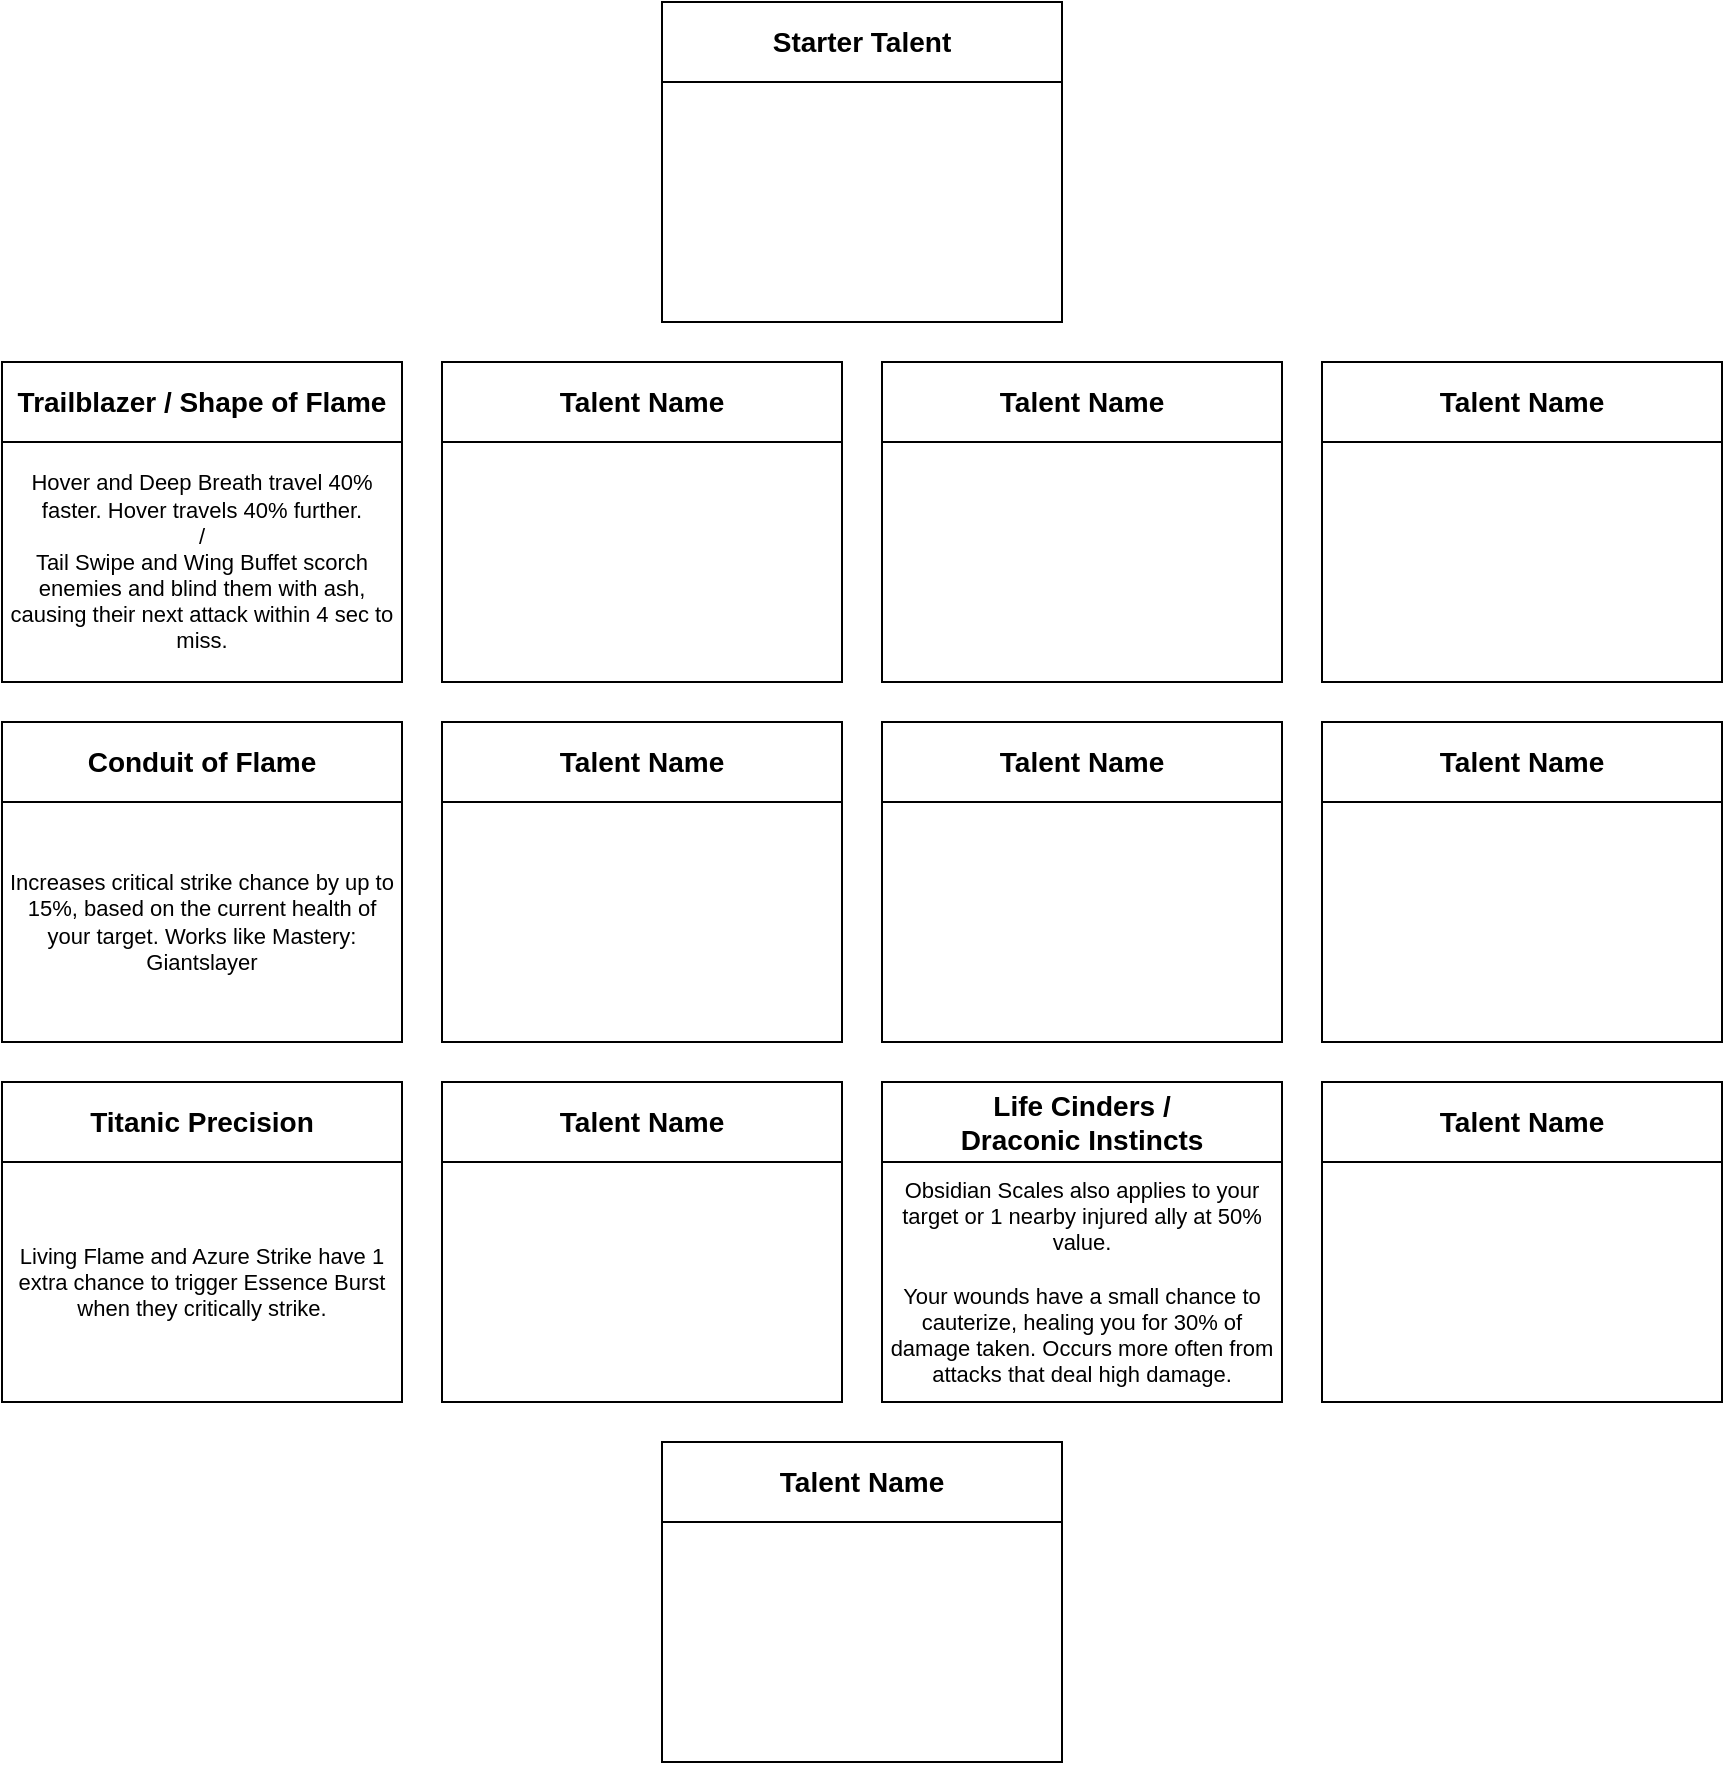
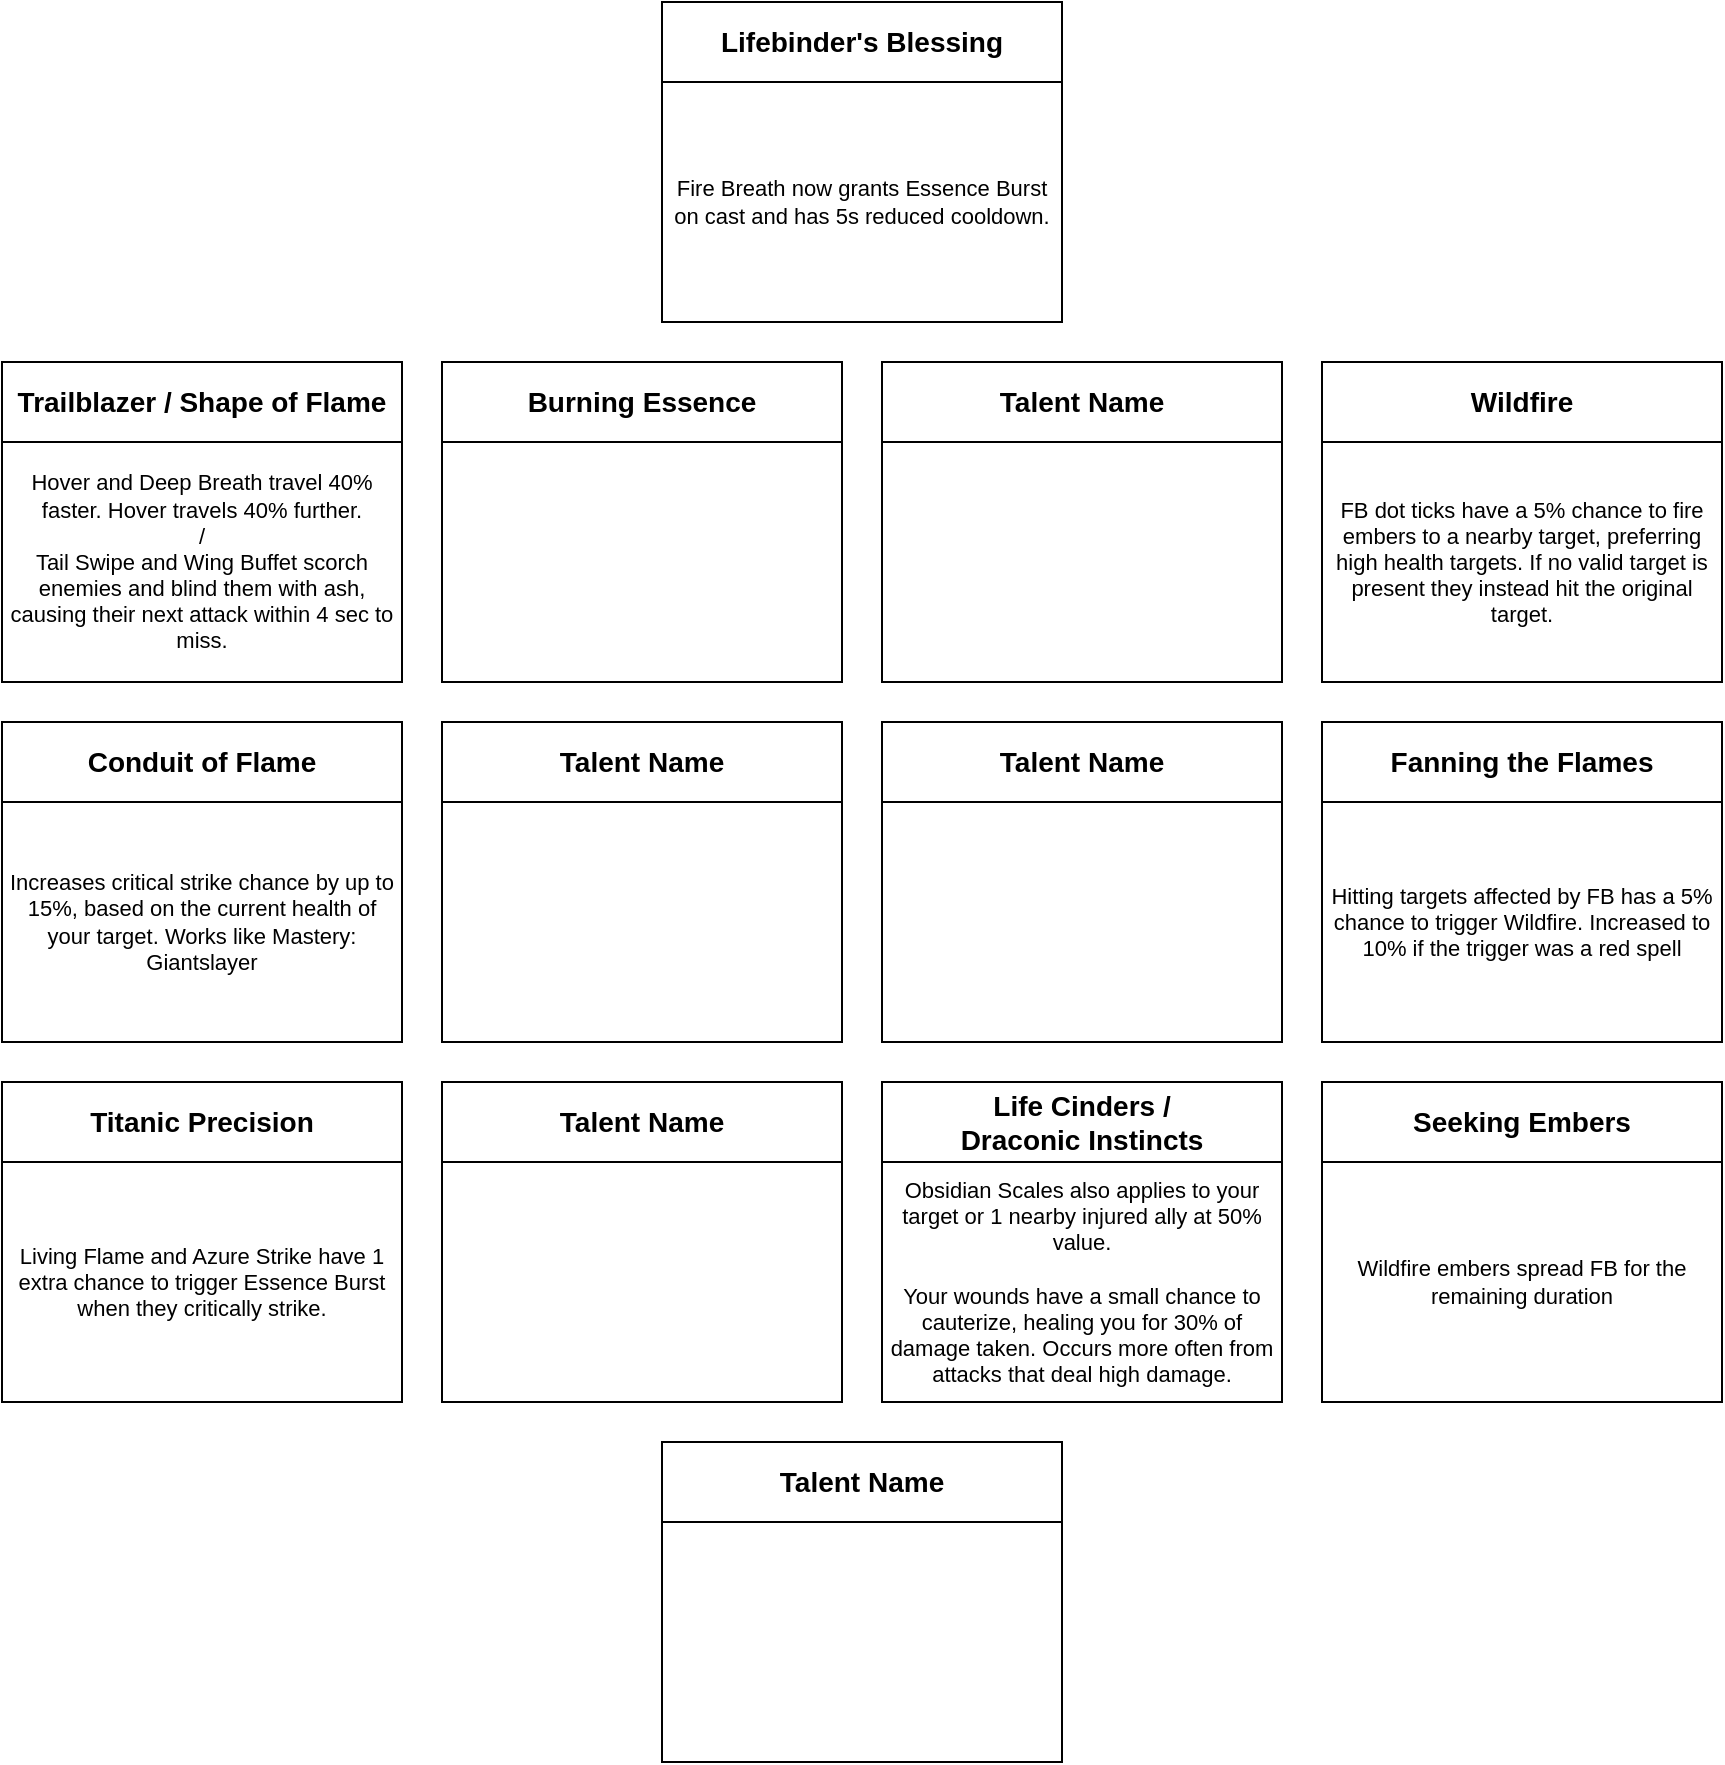
<mxfile host="app.diagrams.net" agent="Mozilla/5.0 (Windows NT 10.0; Win64; x64) AppleWebKit/537.36 (KHTML, like Gecko) Chrome/147.0.0.0 Safari/537.36 OPR/131.0.0.0" version="29.6.3">
  <diagram name="Page-1" id="7-C3C0MTsYJN3mklHAE3">
    <mxGraphModel dx="1628" dy="898" grid="1" gridSize="10" guides="1" tooltips="1" connect="1" arrows="1" fold="1" page="1" pageScale="1" pageWidth="850" pageHeight="1100" math="0" shadow="0">
      <root>
        <mxCell id="0" />
        <mxCell id="1" parent="0" />
-         <mxCell id="CbpXHZAzieputpjHQbmu-1" parent="1" style="rounded=0;whiteSpace=wrap;html=1;fontColor=light-dark(#000000,#FFFFFF);" value="&lt;b&gt;&lt;font style=&quot;font-size: 14px;&quot;&gt;Starter Talent&lt;/font&gt;&lt;/b&gt;" vertex="1">
+         <mxCell id="CbpXHZAzieputpjHQbmu-1" parent="1" style="rounded=0;whiteSpace=wrap;html=1;fontColor=light-dark(#000000,#FFFFFF);" value="&lt;b&gt;&lt;font style=&quot;font-size: 14px;&quot;&gt;Lifebinder&#39;s Blessing&lt;/font&gt;&lt;/b&gt;" vertex="1">
          <mxGeometry height="40" width="200" x="330" y="80" as="geometry" />
        </mxCell>
-         <mxCell id="CbpXHZAzieputpjHQbmu-6" parent="1" style="rounded=0;whiteSpace=wrap;html=1;verticalAlign=middle;fontSize=11;" value="" vertex="1">
+         <mxCell id="CbpXHZAzieputpjHQbmu-6" parent="1" style="rounded=0;whiteSpace=wrap;html=1;verticalAlign=middle;fontSize=11;fontStyle=0" value="Fire Breath now grants Essence Burst on cast and has 5s reduced cooldown." vertex="1">
          <mxGeometry height="120" width="200" x="330" y="120" as="geometry" />
        </mxCell>
        <mxCell id="CbpXHZAzieputpjHQbmu-7" parent="1" style="rounded=0;whiteSpace=wrap;html=1;fontColor=light-dark(#000000,#FFFFFF);" value="&lt;b style=&quot;font-size: 14px;&quot;&gt;Talent Name&lt;/b&gt;" vertex="1">
          <mxGeometry height="40" width="200" x="220" y="440" as="geometry" />
        </mxCell>
        <mxCell id="CbpXHZAzieputpjHQbmu-8" parent="1" style="rounded=0;whiteSpace=wrap;html=1;fontSize=11;" value="" vertex="1">
          <mxGeometry height="120" width="200" x="220" y="480" as="geometry" />
        </mxCell>
        <mxCell id="CbpXHZAzieputpjHQbmu-9" parent="1" style="rounded=0;whiteSpace=wrap;html=1;" value="&lt;b&gt;&lt;font style=&quot;font-size: 14px;&quot;&gt;Trailblazer / Shape of Flame&lt;/font&gt;&lt;/b&gt;" vertex="1">
          <mxGeometry height="40" width="200" y="260" as="geometry" />
        </mxCell>
        <mxCell id="CbpXHZAzieputpjHQbmu-10" parent="1" style="rounded=0;whiteSpace=wrap;html=1;fontSize=11;" value="Hover and Deep Breath travel 40% faster. Hover travels 40% further.&lt;div&gt;/&lt;/div&gt;&lt;div&gt;Tail Swipe and Wing Buffet scorch enemies and blind them with ash, causing their next attack within 4 sec to miss.&lt;/div&gt;" vertex="1">
          <mxGeometry height="120" width="200" y="300" as="geometry" />
        </mxCell>
        <mxCell id="CbpXHZAzieputpjHQbmu-11" parent="1" style="rounded=0;whiteSpace=wrap;html=1;fontColor=light-dark(#000000,#FF9933);" value="&lt;span style=&quot;font-size: 14px;&quot;&gt;&lt;b&gt;Conduit of Flame&lt;/b&gt;&lt;/span&gt;" vertex="1">
          <mxGeometry height="40" width="200" y="440" as="geometry" />
        </mxCell>
        <mxCell id="CbpXHZAzieputpjHQbmu-12" parent="1" style="rounded=0;whiteSpace=wrap;html=1;fontSize=11;" value="Increases critical strike chance by up to 15%, based on the current health of your target. Works like Mastery: Giantslayer" vertex="1">
          <mxGeometry height="120" width="200" y="480" as="geometry" />
        </mxCell>
        <mxCell id="CbpXHZAzieputpjHQbmu-14" parent="1" style="rounded=0;whiteSpace=wrap;html=1;" value="&lt;span style=&quot;font-size: 14px;&quot;&gt;&lt;b&gt;Titanic Precision&lt;/b&gt;&lt;/span&gt;" vertex="1">
          <mxGeometry height="40" width="200" y="620" as="geometry" />
        </mxCell>
        <mxCell id="CbpXHZAzieputpjHQbmu-15" parent="1" style="rounded=0;whiteSpace=wrap;html=1;fontSize=11;" value="&lt;div&gt;&lt;span style=&quot;background-color: transparent; color: light-dark(rgb(0, 0, 0), rgb(255, 255, 255));&quot;&gt;Living Flame and Azure Strike have 1 extra chance to trigger Essence Burst when they critically strike.&lt;/span&gt;&lt;/div&gt;" vertex="1">
          <mxGeometry height="120" width="200" y="660" as="geometry" />
        </mxCell>
-         <mxCell id="CbpXHZAzieputpjHQbmu-16" parent="1" style="rounded=0;whiteSpace=wrap;html=1;fontColor=light-dark(#000000,#FFFFFF);" value="&lt;span style=&quot;font-size: 14px;&quot;&gt;&lt;b&gt;Talent Name&lt;/b&gt;&lt;/span&gt;" vertex="1">
+         <mxCell id="CbpXHZAzieputpjHQbmu-16" parent="1" style="rounded=0;whiteSpace=wrap;html=1;fontColor=light-dark(#000000,#00FF00);" value="&lt;span style=&quot;font-size: 14px;&quot;&gt;&lt;b&gt;Burning Essence&lt;/b&gt;&lt;/span&gt;" vertex="1">
          <mxGeometry height="40" width="200" x="220" y="260" as="geometry" />
        </mxCell>
        <mxCell id="CbpXHZAzieputpjHQbmu-17" parent="1" style="rounded=0;whiteSpace=wrap;html=1;fontSize=11;" value="" vertex="1">
          <mxGeometry height="120" width="200" x="220" y="300" as="geometry" />
        </mxCell>
        <mxCell id="CbpXHZAzieputpjHQbmu-18" parent="1" style="rounded=0;whiteSpace=wrap;html=1;fontColor=light-dark(#000000,#FFFFFF);" value="&lt;b style=&quot;font-size: 14px;&quot;&gt;Talent Name&lt;/b&gt;" vertex="1">
          <mxGeometry height="40" width="200" x="220" y="620" as="geometry" />
        </mxCell>
        <mxCell id="CbpXHZAzieputpjHQbmu-19" parent="1" style="rounded=0;whiteSpace=wrap;html=1;fontSize=11;" value="" vertex="1">
          <mxGeometry height="120" width="200" x="220" y="660" as="geometry" />
        </mxCell>
        <mxCell id="CbpXHZAzieputpjHQbmu-20" parent="1" style="rounded=0;whiteSpace=wrap;html=1;fontColor=light-dark(#000000,#FFFFFF);" value="&lt;b style=&quot;font-size: 14px;&quot;&gt;Talent Name&lt;/b&gt;" vertex="1">
          <mxGeometry height="40" width="200" x="440" y="260" as="geometry" />
        </mxCell>
        <mxCell id="CbpXHZAzieputpjHQbmu-21" parent="1" style="rounded=0;whiteSpace=wrap;html=1;fontSize=11;" value="" vertex="1">
          <mxGeometry height="120" width="200" x="440" y="300" as="geometry" />
        </mxCell>
        <mxCell id="CbpXHZAzieputpjHQbmu-22" parent="1" style="rounded=0;whiteSpace=wrap;html=1;fontColor=light-dark(#000000,#FFFFFF);" value="&lt;b style=&quot;font-size: 14px;&quot;&gt;Talent Name&lt;/b&gt;" vertex="1">
          <mxGeometry height="40" width="200" x="440" y="440" as="geometry" />
        </mxCell>
        <mxCell id="CbpXHZAzieputpjHQbmu-23" parent="1" style="rounded=0;whiteSpace=wrap;html=1;fontSize=11;" value="" vertex="1">
          <mxGeometry height="120" width="200" x="440" y="480" as="geometry" />
        </mxCell>
        <mxCell id="CbpXHZAzieputpjHQbmu-24" parent="1" style="rounded=0;whiteSpace=wrap;html=1;fontColor=light-dark(#000000,#FFFFFF);" value="&lt;b style=&quot;font-size: 14px;&quot;&gt;Life Cinders / &lt;br&gt;Draconic Instincts&lt;/b&gt;" vertex="1">
          <mxGeometry height="40" width="200" x="440" y="620" as="geometry" />
        </mxCell>
        <mxCell id="CbpXHZAzieputpjHQbmu-25" parent="1" style="rounded=0;whiteSpace=wrap;html=1;fontSize=11;" value="Obsidian Scales also applies to your target or 1 nearby injured ally at 50% value.&lt;div&gt;&lt;br&gt;&lt;div&gt;Your wounds have a small chance to cauterize, healing you for 30% of damage taken. Occurs more often from attacks that deal high damage.&lt;/div&gt;&lt;/div&gt;" vertex="1">
          <mxGeometry height="120" width="200" x="440" y="660" as="geometry" />
        </mxCell>
-         <mxCell id="CbpXHZAzieputpjHQbmu-26" parent="1" style="rounded=0;whiteSpace=wrap;html=1;fontColor=light-dark(#000000,#FFFFFF);" value="&lt;b style=&quot;font-size: 14px;&quot;&gt;Talent Name&lt;/b&gt;" vertex="1">
+         <mxCell id="CbpXHZAzieputpjHQbmu-26" parent="1" style="rounded=0;whiteSpace=wrap;html=1;fontColor=light-dark(#000000,#00FF00);" value="&lt;b style=&quot;font-size: 14px;&quot;&gt;Wildfire&lt;/b&gt;" vertex="1">
          <mxGeometry height="40" width="200" x="660" y="260" as="geometry" />
        </mxCell>
-         <mxCell id="CbpXHZAzieputpjHQbmu-27" parent="1" style="rounded=0;whiteSpace=wrap;html=1;fontSize=11;" value="" vertex="1">
+         <mxCell id="CbpXHZAzieputpjHQbmu-27" parent="1" style="rounded=0;whiteSpace=wrap;html=1;fontSize=11;" value="FB dot ticks have a 5% chance to fire embers to a nearby target, preferring high health targets. If no valid target is present they instead hit the original target." vertex="1">
          <mxGeometry height="120" width="200" x="660" y="300" as="geometry" />
        </mxCell>
-         <mxCell id="CbpXHZAzieputpjHQbmu-28" parent="1" style="rounded=0;whiteSpace=wrap;html=1;fontColor=light-dark(#000000,#FFFFFF);" value="&lt;b style=&quot;font-size: 14px;&quot;&gt;Talent Name&lt;/b&gt;" vertex="1">
+         <mxCell id="CbpXHZAzieputpjHQbmu-28" parent="1" style="rounded=0;whiteSpace=wrap;html=1;fontColor=light-dark(#000000,#00FF00);fontSize=14;" value="&lt;b&gt;Fanning the Flames&lt;/b&gt;" vertex="1">
          <mxGeometry height="40" width="200" x="660" y="440" as="geometry" />
        </mxCell>
-         <mxCell id="CbpXHZAzieputpjHQbmu-29" parent="1" style="rounded=0;whiteSpace=wrap;html=1;fontSize=11;" value="" vertex="1">
+         <mxCell id="CbpXHZAzieputpjHQbmu-29" parent="1" style="rounded=0;whiteSpace=wrap;html=1;fontSize=11;" value="Hitting targets affected by FB has a 5% chance to trigger Wildfire. Increased to 10% if the trigger was a red spell" vertex="1">
          <mxGeometry height="120" width="200" x="660" y="480" as="geometry" />
        </mxCell>
-         <mxCell id="CbpXHZAzieputpjHQbmu-30" parent="1" style="rounded=0;whiteSpace=wrap;html=1;fontColor=light-dark(#000000,#FFFFFF);" value="&lt;b style=&quot;font-size: 14px;&quot;&gt;Talent Name&lt;/b&gt;" vertex="1">
+         <mxCell id="CbpXHZAzieputpjHQbmu-30" parent="1" style="rounded=0;whiteSpace=wrap;html=1;fontColor=light-dark(#000000,#00FF00);" value="&lt;b&gt;&lt;font style=&quot;font-size: 14px;&quot;&gt;Seeking Embers&lt;/font&gt;&lt;/b&gt;" vertex="1">
          <mxGeometry height="40" width="200" x="660" y="620" as="geometry" />
        </mxCell>
-         <mxCell id="CbpXHZAzieputpjHQbmu-31" parent="1" style="rounded=0;whiteSpace=wrap;html=1;fontSize=11;" value="" vertex="1">
+         <mxCell id="CbpXHZAzieputpjHQbmu-31" parent="1" style="rounded=0;whiteSpace=wrap;html=1;fontSize=11;" value="Wildfire embers spread FB for the remaining duration" vertex="1">
          <mxGeometry height="120" width="200" x="660" y="660" as="geometry" />
        </mxCell>
        <mxCell id="CbpXHZAzieputpjHQbmu-32" parent="1" style="rounded=0;whiteSpace=wrap;html=1;fontColor=light-dark(#000000,#FFFFFF);" value="&lt;b style=&quot;font-size: 14px;&quot;&gt;Talent Name&lt;/b&gt;" vertex="1">
          <mxGeometry height="40" width="200" x="330" y="800" as="geometry" />
        </mxCell>
        <mxCell id="CbpXHZAzieputpjHQbmu-33" parent="1" style="rounded=0;whiteSpace=wrap;html=1;verticalAlign=middle;fontSize=11;" value="" vertex="1">
          <mxGeometry height="120" width="200" x="330" y="840" as="geometry" />
        </mxCell>
      </root>
    </mxGraphModel>
  </diagram>
</mxfile>
